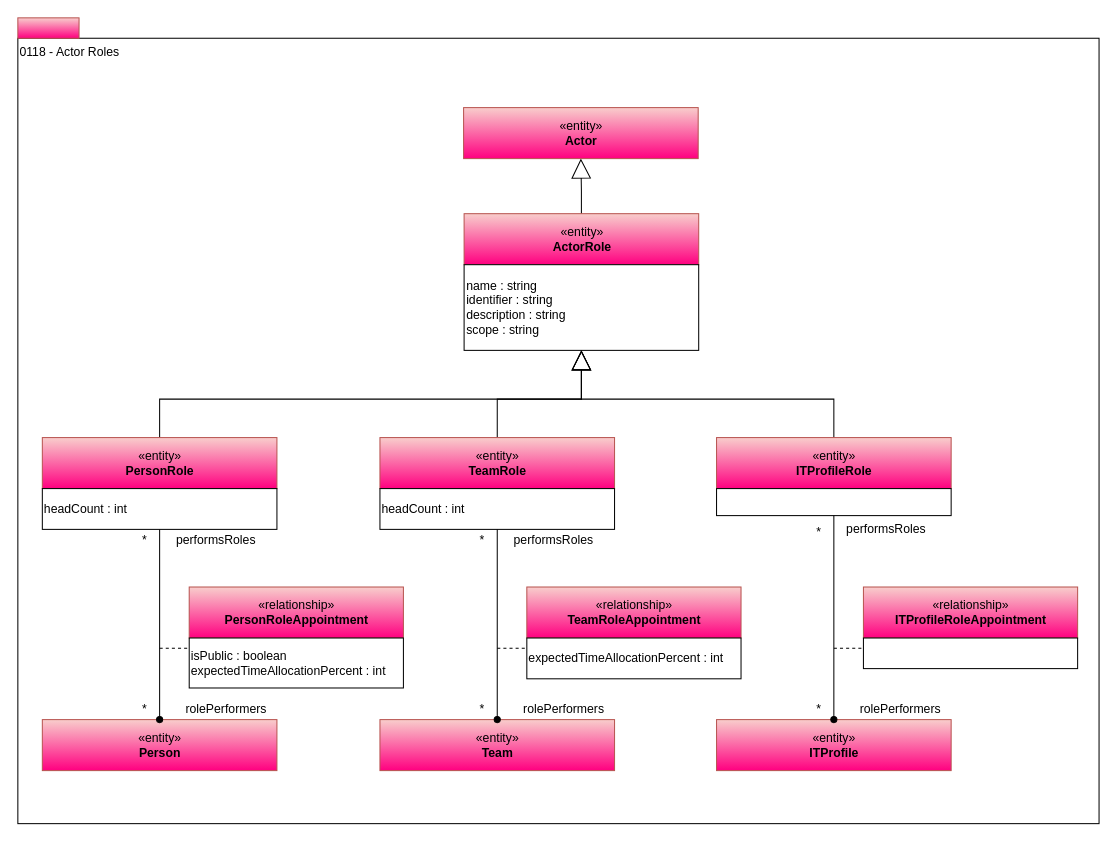
Earlier version of the draw.io diagram page "0118-Actor-Roles" (6 of 16) of site/docs/types/1/area-1-collaboration.drawio (odpi/egeria-docs). Source tidied: cells renumbered, new cells numbered last; positions are measured from the earlier drawing's top-left corner, leaving out a move shared by most shapes. Both pictures are drawn from the tidied source at 102%, with x=0, y=0 at pixel (17, 17).
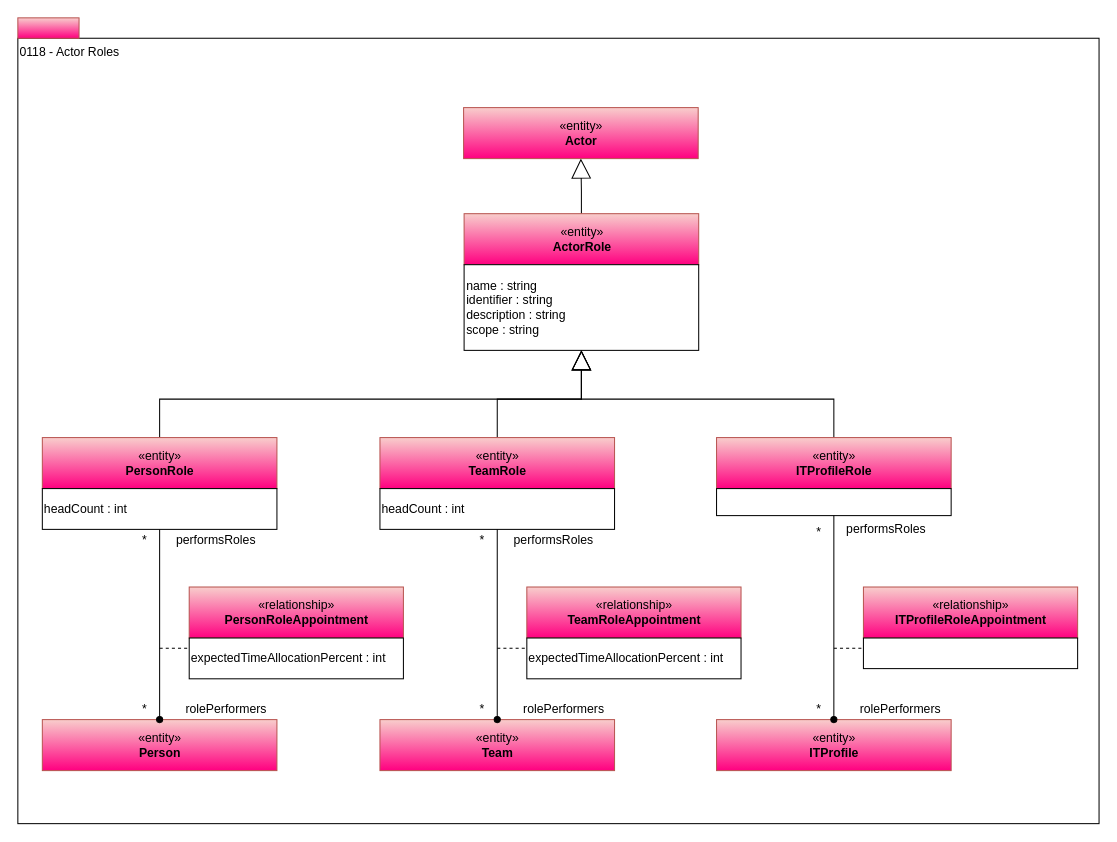
The same diagram, later.

Change to the diagram source:
```diff
@@
-    <mxCell id="17" value="isPublic : boolean&lt;div&gt;expectedTimeAllocationPercent : int&lt;br&gt;&lt;/div&gt;" style="rounded=0;whiteSpace=wrap;html=1;strokeColor=#000000;gradientColor=#ffffff;align=left;" parent="1" vertex="1">
-      <mxGeometry x="168" y="608" width="210" height="49" as="geometry" />
+    <mxCell id="17" value="&lt;div&gt;expectedTimeAllocationPercent : int&lt;br&gt;&lt;/div&gt;" style="rounded=0;whiteSpace=wrap;html=1;strokeColor=#000000;gradientColor=#ffffff;align=left;" parent="1" vertex="1">
+      <mxGeometry x="168" y="608" width="210" height="40" as="geometry" />
     </mxCell>
```
